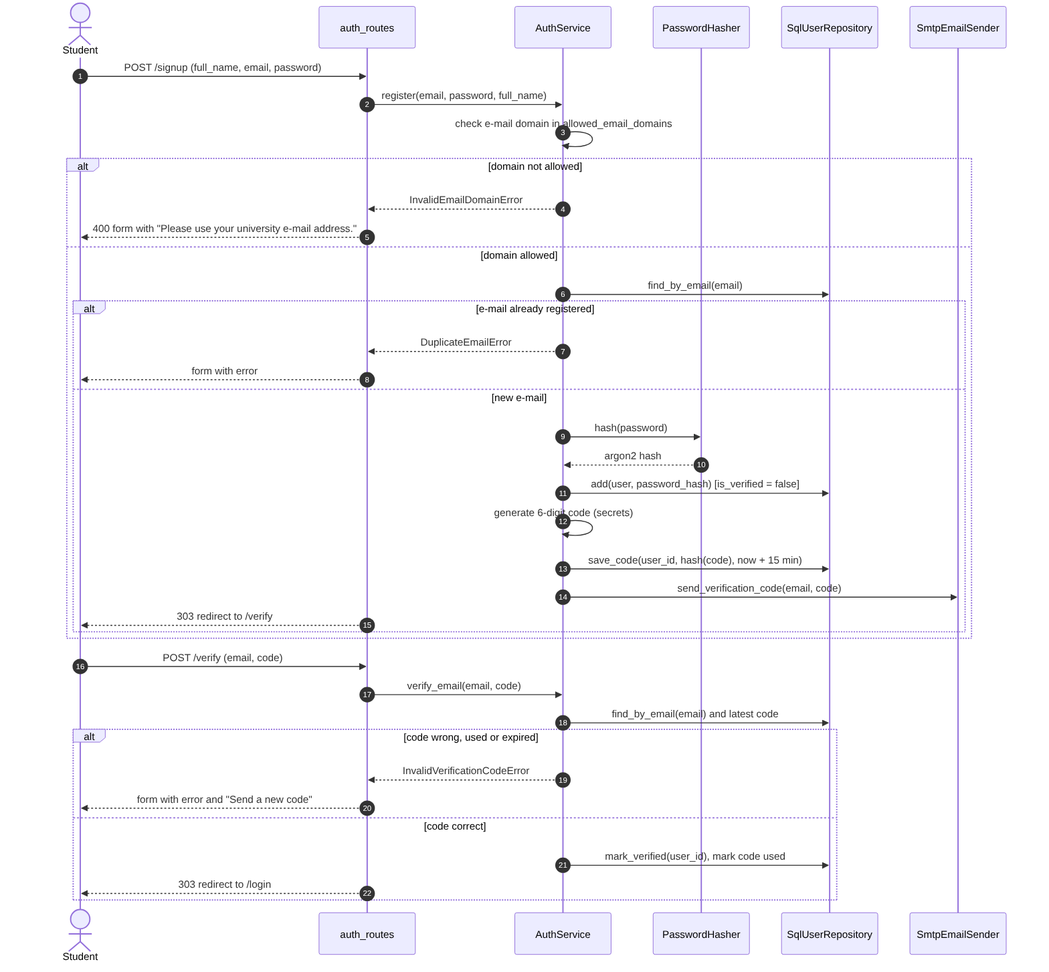
The Mermaid diagram docs/design/sequence/uc01_register_and_verify.png in emir-heval-arda-harun/CMPE-331-project, before a commit. Its source is kept beside it as docs/design/sequence/uc01_register_and_verify.mmd.
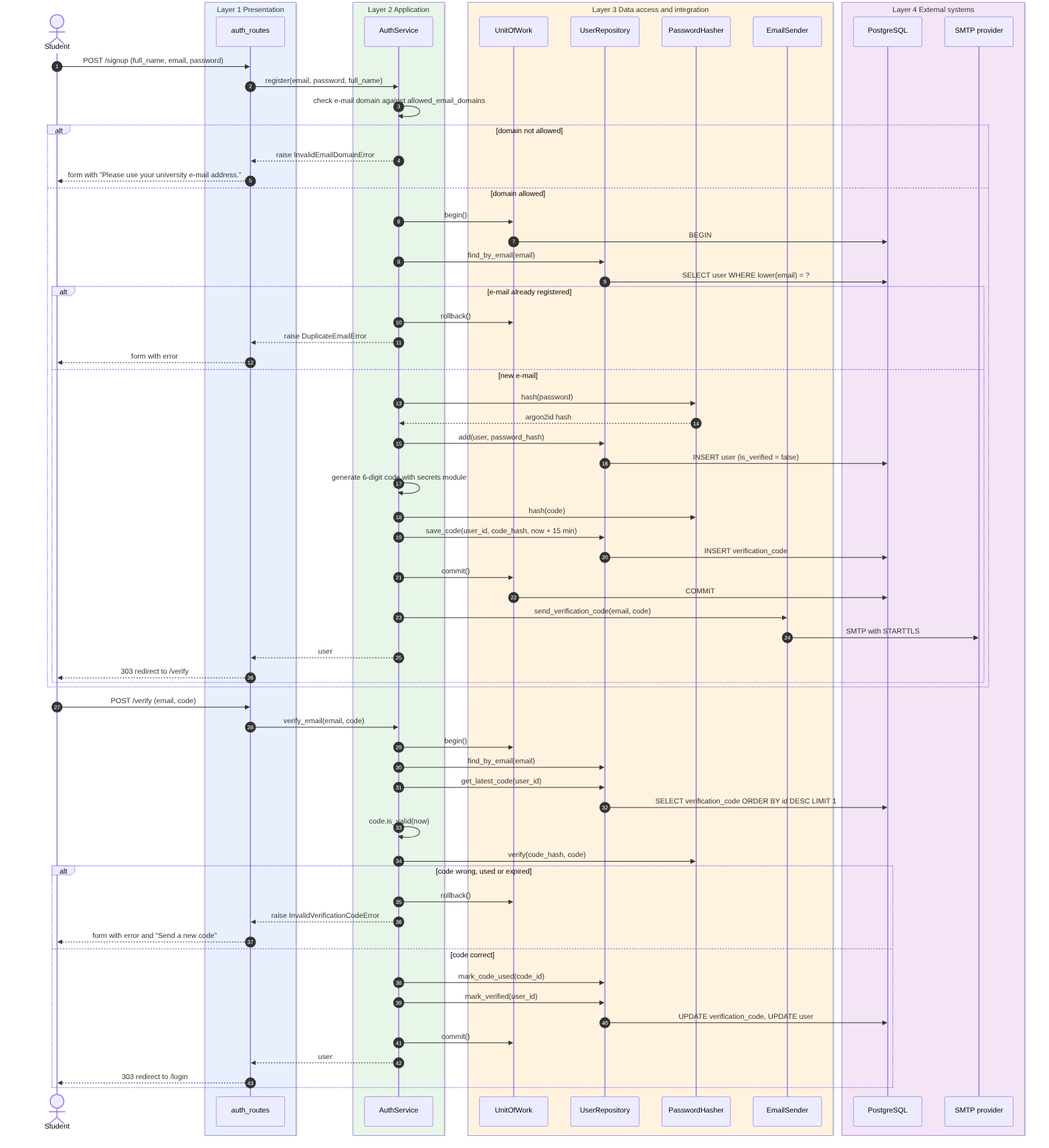
The same file after the commit.

What changed in the source:
```diff
@@ -1,40 +1,73 @@
 sequenceDiagram
     autonumber
     actor S as Student
-    participant R as auth_routes
-    participant A as AuthService
-    participant H as PasswordHasher
-    participant U as SqlUserRepository
-    participant M as SmtpEmailSender
+    box rgb(232,240,254) Layer 1 Presentation
+        participant R as auth_routes
+    end
+    box rgb(232,245,233) Layer 2 Application
+        participant A as AuthService
+    end
+    box rgb(255,243,224) Layer 3 Data access and integration
+        participant W as UnitOfWork
+        participant U as UserRepository
+        participant H as PasswordHasher
+        participant M as EmailSender
+    end
+    box rgb(243,229,245) Layer 4 External systems
+        participant DB as PostgreSQL
+        participant SM as SMTP provider
+    end
 
     S->>R: POST /signup (full_name, email, password)
     R->>A: register(email, password, full_name)
-    A->>A: check e-mail domain in allowed_email_domains
+    A->>A: check e-mail domain against allowed_email_domains
     alt domain not allowed
-        A-->>R: InvalidEmailDomainError
-        R-->>S: 400 form with "Please use your university e-mail address."
+        A-->>R: raise InvalidEmailDomainError
+        R-->>S: form with "Please use your university e-mail address."
     else domain allowed
+        A->>W: begin()
+        W->>DB: BEGIN
         A->>U: find_by_email(email)
+        U->>DB: SELECT user WHERE lower(email) = ?
         alt e-mail already registered
-            A-->>R: DuplicateEmailError
+            A->>W: rollback()
+            A-->>R: raise DuplicateEmailError
             R-->>S: form with error
         else new e-mail
             A->>H: hash(password)
-            H-->>A: argon2 hash
-            A->>U: add(user, password_hash) [is_verified = false]
-            A->>A: generate 6-digit code (secrets)
-            A->>U: save_code(user_id, hash(code), now + 15 min)
+            H-->>A: argon2id hash
+            A->>U: add(user, password_hash)
+            U->>DB: INSERT user (is_verified = false)
+            A->>A: generate 6-digit code with secrets module
+            A->>H: hash(code)
+            A->>U: save_code(user_id, code_hash, now + 15 min)
+            U->>DB: INSERT verification_code
+            A->>W: commit()
+            W->>DB: COMMIT
             A->>M: send_verification_code(email, code)
+            M->>SM: SMTP with STARTTLS
+            A-->>R: user
             R-->>S: 303 redirect to /verify
         end
     end
+
     S->>R: POST /verify (email, code)
     R->>A: verify_email(email, code)
-    A->>U: find_by_email(email) and latest code
+    A->>W: begin()
+    A->>U: find_by_email(email)
+    A->>U: get_latest_code(user_id)
+    U->>DB: SELECT verification_code ORDER BY id DESC LIMIT 1
+    A->>A: code.is_valid(now)
+    A->>H: verify(code_hash, code)
     alt code wrong, used or expired
-        A-->>R: InvalidVerificationCodeError
+        A->>W: rollback()
+        A-->>R: raise InvalidVerificationCodeError
         R-->>S: form with error and "Send a new code"
     else code correct
-        A->>U: mark_verified(user_id), mark code used
+        A->>U: mark_code_used(code_id)
+        A->>U: mark_verified(user_id)
+        U->>DB: UPDATE verification_code, UPDATE user
+        A->>W: commit()
+        A-->>R: user
         R-->>S: 303 redirect to /login
     end
```
